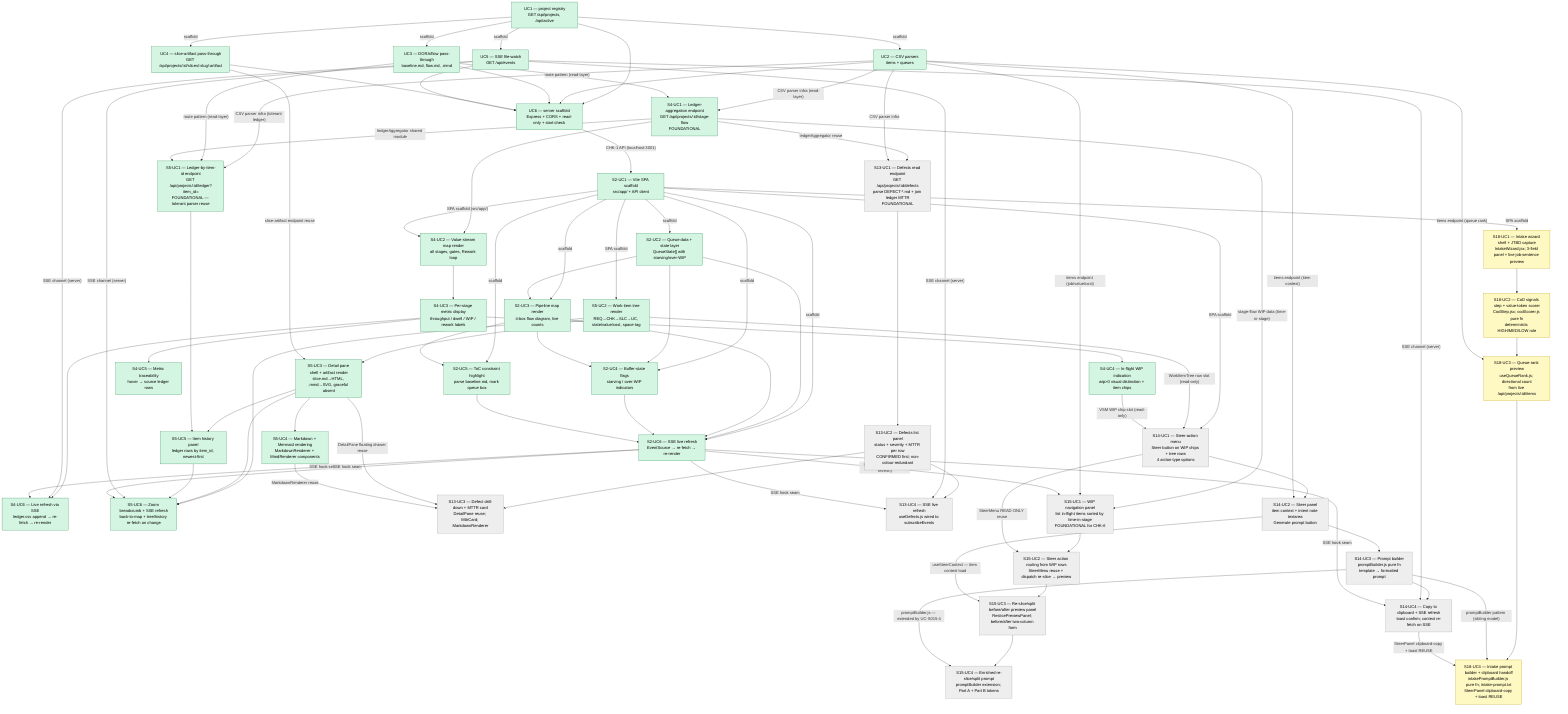
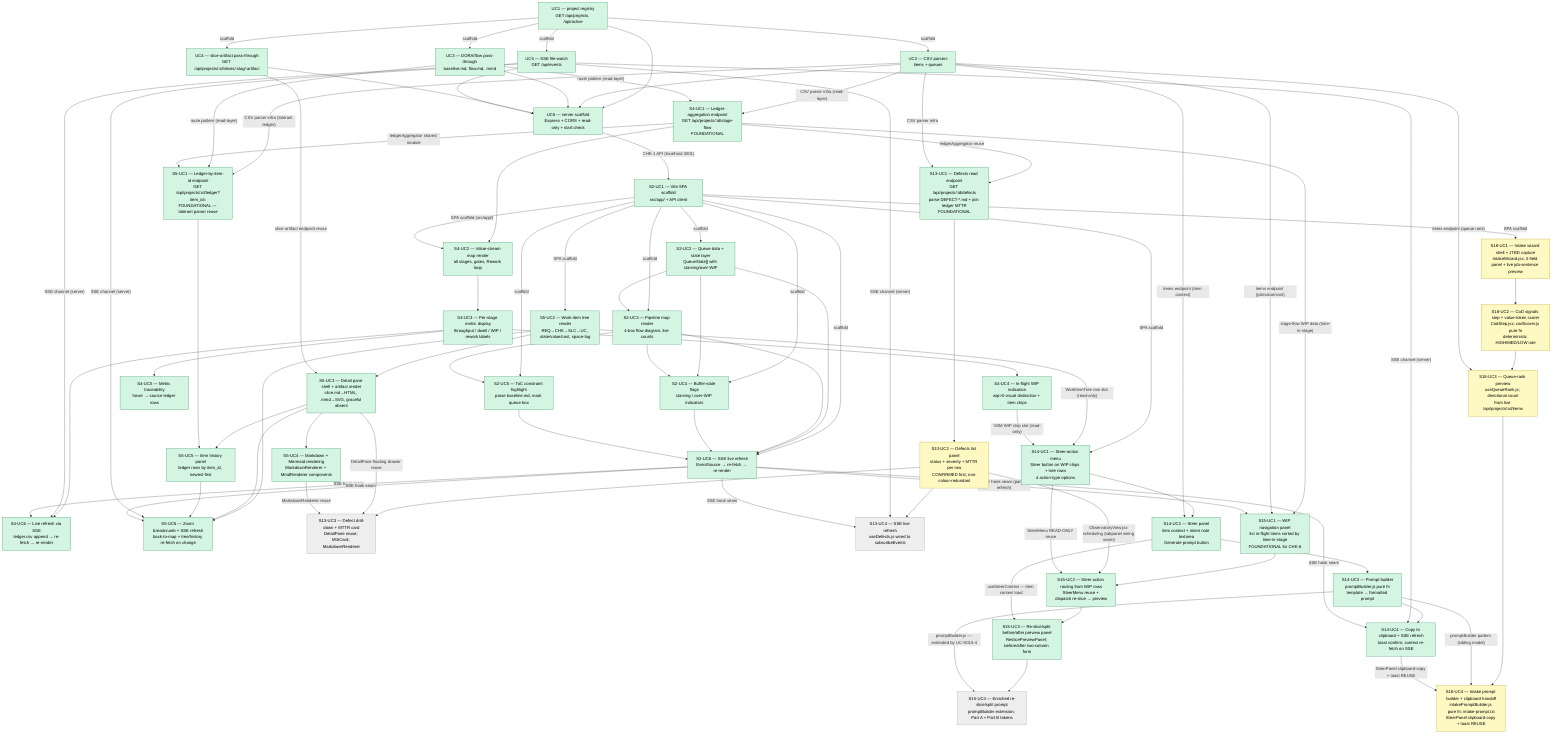
%%{ init: { "theme": "default" } }%%
graph TD
    %% s001 — CHK-1 read layer (server)
    UC1["UC1 — project registry<br/>GET /api/projects, /api/active"]
    UC2["UC2 — CSV parsers<br/>items + queues"]
    UC3["UC3 — DORA/flow pass-through<br/>baseline.md, flow.md, .mmd"]
    UC4["UC4 — slice-artifact pass-through<br/>GET /api/projects/:id/slices/:slug/:artifact"]
    UC5["UC5 — SSE file-watch<br/>GET /api/events"]
    UC6["UC6 — server scaffold<br/>Express + CORS + read-only + start:check"]

    UC1 --> UC6
    UC2 --> UC6
    UC3 --> UC6
    UC4 --> UC6
    UC5 --> UC6

    %% Scaffold scheduling edges (s001 server scaffold)
    UC1 -->|scaffold| UC2
    UC1 -->|scaffold| UC3
    UC1 -->|scaffold| UC4
    UC1 -->|scaffold| UC5

    %% s002 — CHK-2 pipeline map (SPA)
    S2UC1["S2-UC1 — Vite SPA scaffold<br/>src/app/ + API client"]
    S2UC2["S2-UC2 — Queue data + state layer<br/>QueueState[] with starving/over-WIP"]
    S2UC3["S2-UC3 — Pipeline map render<br/>4-box flow diagram, live counts"]
    S2UC4["S2-UC4 — Buffer-state flags<br/>starving / over-WIP indicators"]
    S2UC5["S2-UC5 — ToC constraint highlight<br/>parse baseline.md, mark queue box"]
    S2UC6["S2-UC6 — SSE live refresh<br/>EventSource → re-fetch → re-render"]

    %% s002 internal dependencies
    S2UC1 -->|scaffold| S2UC2
    S2UC1 -->|scaffold| S2UC3
    S2UC1 -->|scaffold| S2UC4
    S2UC1 -->|scaffold| S2UC5
    S2UC1 -->|scaffold| S2UC6
    S2UC2 --> S2UC3
    S2UC2 --> S2UC4
    S2UC3 --> S2UC4
    S2UC3 --> S2UC5
    S2UC2 --> S2UC6
    S2UC3 --> S2UC6
    S2UC4 --> S2UC6
    S2UC5 --> S2UC6

    %% Cross-slice: s002 SPA consumes s001 server API
    UC6 -->|"CHK-1 API (localhost:3001)"| S2UC1

    %% s003 — DROPPED (absorbed into s004 CHK-2 re-scope; 2026-06-09)
    %% S3UC1..S3UC6 nodes removed from active graph

    %% s004 — CHK-2 (re-scoped) value-stream map (server + SPA)
    S4UC1["S4-UC1 — Ledger-aggregation endpoint<br/>GET /api/projects/:id/stage-flow<br/>FOUNDATIONAL"]
    S4UC2["S4-UC2 — Value-stream map render<br/>all stages, gates, Rework loop"]
    S4UC3["S4-UC3 — Per-stage metric display<br/>throughput / dwell / WIP / rework labels"]
    S4UC4["S4-UC4 — In-flight WIP indication<br/>wip>0 visual distinction + item chips"]
    S4UC5["S4-UC5 — Metric traceability<br/>hover → source ledger rows"]
    S4UC6["S4-UC6 — Live refresh via SSE<br/>ledger.csv append → re-fetch → re-render"]

    %% s004 internal dependencies
    S4UC1 --> S4UC2
    S4UC2 --> S4UC3
    S4UC3 --> S4UC4
    S4UC3 --> S4UC5
    S4UC3 --> S4UC6

    %% Cross-slice: s004 server extends s001 read-layer; SPA extends s002 scaffold + SSE
    UC2 -->|"CSV parser infra (read-layer)"| S4UC1
    UC3 -->|"route pattern (read-layer)"| S4UC1
    UC5 -->|"SSE channel (server)"| S4UC6
    S2UC1 -->|"SPA scaffold (src/app/)"| S4UC2
    S2UC6 -->|"SSE hook seam"| S4UC6

    %% s005 — CHK-4 work-item tree & zoom/drill
    S5UC1["S5-UC1 — Ledger-by-item-id endpoint<br/>GET /api/projects/:id/ledger?item_id=<id><br/>FOUNDATIONAL — tolerant parser reuse"]
    S5UC2["S5-UC2 — Work-item tree render<br/>REQ→CHK→SLC→UC, state/value/cost, space-tag"]
    S5UC3["S5-UC3 — Detail pane shell + artifact render<br/>slice.md→HTML, .mmd→SVG, graceful absent"]
    S5UC4["S5-UC4 — Markdown + Mermaid rendering<br/>MarkdownRenderer + MmdRenderer components"]
    S5UC5["S5-UC5 — Item history panel<br/>ledger rows by item_id, newest-first"]
    S5UC6["S5-UC6 — Zoom breadcrumb + SSE refresh<br/>back-to-map + tree/history re-fetch on change"]

    %% s005 internal dependencies
    S5UC2 --> S5UC3
    S5UC3 --> S5UC4
    S5UC3 --> S5UC5
    S5UC1 --> S5UC5
    S5UC2 --> S5UC6
    S5UC3 --> S5UC6
    S5UC5 --> S5UC6

    %% Cross-slice: s005 reuses s001 read-layer + s002/s004 SPA seams
    UC2 -->|"CSV parser infra (tolerant ledger)"| S5UC1
    UC3 -->|"route pattern (read-layer)"| S5UC1
    UC4 -->|"slice-artifact endpoint reuse"| S5UC3
    UC5 -->|"SSE channel (server)"| S5UC6
    S2UC1 -->|"SPA scaffold"| S5UC2
    S2UC6 -->|"SSE hook seam"| S5UC6
    S4UC1 -->|"ledgerAggregator shared module"| S5UC1

    %% s013 — CHK-8 defects view (SECONDARY)
    S13UC1["S13-UC1 — Defects read endpoint<br/>GET /api/projects/:id/defects<br/>parse DEFECT-*.md + join ledger MTTR<br/>FOUNDATIONAL"]
    S13UC2["S13-UC2 — Defects list panel<br/>status + severity + MTTR per row<br/>CONFIRMED first; non-colour-redundant"]
    S13UC3["S13-UC3 — Defect drill-down + MTTR card<br/>DetailPane reuse; MttrCard; MarkdownRenderer"]
    S13UC4["S13-UC4 — SSE live refresh<br/>useDefects.js wired to subscribeEvents"]

    %% s013 internal dependencies
    S13UC1 --> S13UC2
    S13UC2 --> S13UC3
    S13UC2 --> S13UC4

    %% Cross-slice: s013 reuses s001 ledger + s005 drawer/renderer
    S4UC1 -->|"ledgerAggregator reuse"| S13UC1
    UC2 -->|"CSV parser infra"| S13UC1
    UC5 -->|"SSE channel (server)"| S13UC4
    S5UC3 -->|"DetailPane floating drawer reuse"| S13UC3
    S5UC4 -->|"MarkdownRenderer reuse"| S13UC3
    S2UC6 -->|"SSE hook seam"| S13UC4

    %% s014 — CHK-5 steer prompt handoff (SECONDARY)
    S14UC1["S14-UC1 — Steer-action menu<br/>Steer button on WIP chips + tree rows<br/>4 action-type options"]
    S14UC2["S14-UC2 — Steer panel<br/>item context + intent note textarea<br/>Generate prompt button"]
    S14UC3["S14-UC3 — Prompt builder<br/>promptBuilder.js pure fn<br/>template → formatted prompt"]
    S14UC4["S14-UC4 — Copy to clipboard + SSE refresh<br/>toast confirm; context re-fetch on SSE"]

    %% s014 internal dependencies (linear chain)
    S14UC1 --> S14UC2
    S14UC2 --> S14UC3
    S14UC3 --> S14UC4

    %% Cross-slice: s014 reuses s001 read-layer + s005 SPA seams
    UC2 -->|"items endpoint (item context)"| S14UC2
    UC5 -->|"SSE channel (server)"| S14UC4
    S2UC1 -->|"SPA scaffold"| S14UC1
    S2UC6 -->|"SSE hook seam"| S14UC4
    S5UC2 -->|"WorkItemTree row slot (read-only)"| S14UC1
    S4UC4 -->|"VSM WIP chip slot (read-only)"| S14UC1

    %% s015 — CHK-6 WIP navigate & re-slice/split before/after preview (SECONDARY)
    S15UC1["S15-UC1 — WIP navigation panel<br/>list in-flight items sorted by time-in-stage<br/>FOUNDATIONAL for CHK-6"]
    S15UC2["S15-UC2 — Steer action routing from WIP rows<br/>SteerMenu reuse + dispatch re-slice → preview"]
    S15UC3["S15-UC3 — Re-slice/split before/after preview panel<br/>ReslicePreviewPanel; before/after two-column form"]
    S15UC4["S15-UC4 — Enriched re-slice/split prompt<br/>promptBuilder extension; Part A + Part B tokens"]

    %% s015 internal dependencies
    S15UC1 --> S15UC2
    S15UC2 --> S15UC3
    S15UC3 --> S15UC4

+     %% Cross-slice scheduling edge (hidden edge discovered 2026-06-11, §F7):
+     %% S13UC2 and S15UC2 both edit ObservatoryView.jsx in the same wave —
+     %% S13UC2 adds the defects tabpanel; S15UC2 threads onSteer into WipRow and
+     %% ObservatoryView. Concurrent edits collide at the tablist/tabpanel wiring block.
+     %% Engineer serialised by commit order (ae7aa28 first). Formalised here.
+     S13UC2 -->|"ObservatoryView.jsx scheduling (tabpanel wiring seam)"| S15UC2
+ 
    %% Cross-slice: s015 builds on s014 steer engine + existing data endpoints
    S14UC1 -->|"SteerMenu READ-ONLY reuse"| S15UC2
    S14UC2 -->|"useSteerContext — item context load"| S15UC3
    S14UC3 -->|"promptBuilder.js — extended by UC-S015-4"| S15UC4
    S4UC1 -->|"stage-flow WIP data (time-in-stage)"| S15UC1
    UC2 -->|"items endpoint (job/value/cost)"| S15UC1
    S2UC6 -->|"SSE hook seam (panel refresh)"| S15UC1

    %% s018 — CHK-7 guided cost-of-delay intake (SECONDARY)
    S18UC1["S18-UC1 — Intake wizard shell + JTBD capture<br/>IntakeWizard.jsx; 3-field panel + live job-sentence preview"]
    S18UC2["S18-UC2 — CoD signals step + value-token scorer<br/>CodStep.jsx; codScorer.js pure fn<br/>deterministic HIGH/MED/LOW rule"]
    S18UC3["S18-UC3 — Queue-rank preview<br/>useQueueRank.js; directional count<br/>from live /api/projects/:id/items"]
    S18UC4["S18-UC4 — Intake prompt builder + clipboard handoff<br/>intakePromptBuilder.js pure fn; intake-prompt.txt<br/>SteerPanel clipboard-copy + toast REUSE"]

    %% s018 internal dependencies (linear chain)
    S18UC1 --> S18UC2
    S18UC2 --> S18UC3
    S18UC3 --> S18UC4

    %% Cross-slice: s018 reuses s001 read-layer + s002 SPA scaffold + s014 clipboard mechanic
    S2UC1 -->|"SPA scaffold"| S18UC1
    UC2 -->|"items endpoint (queue rank)"| S18UC3
    S14UC3 -->|"promptBuilder pattern (sibling model)"| S18UC4
    S14UC4 -->|"SteerPanel clipboard-copy + toast REUSE"| S18UC4

    classDef stable fill:#eee,stroke:#999,color:#000
    classDef delivered fill:#d5f5e3,stroke:#1e8449,color:#000
    classDef superseded fill:#f9ebea,stroke:#c0392b,color:#666
    classDef changed fill:#fef9c3,stroke:#b7950b,color:#000

    class UC1,UC2,UC3,UC4,UC5,UC6 delivered
    class S2UC1,S2UC2,S2UC3,S2UC4,S2UC5,S2UC6 delivered
    class S4UC1,S4UC2,S4UC3,S4UC4,S4UC5,S4UC6 delivered
    class S5UC1,S5UC2,S5UC3,S5UC4,S5UC5,S5UC6 delivered
-     class S13UC1,S13UC2,S13UC3,S13UC4 stable
-     class S14UC1,S14UC2,S14UC3,S14UC4 stable
-     class S15UC1,S15UC2,S15UC3,S15UC4 stable
+     class S13UC1 delivered
+     class S13UC2 changed
+     class S13UC3,S13UC4 stable
+     class S14UC1,S14UC2,S14UC3,S14UC4 delivered
+     class S15UC1,S15UC2,S15UC3 delivered
+     class S15UC4 stable
    class S18UC1,S18UC2,S18UC3,S18UC4 changed
